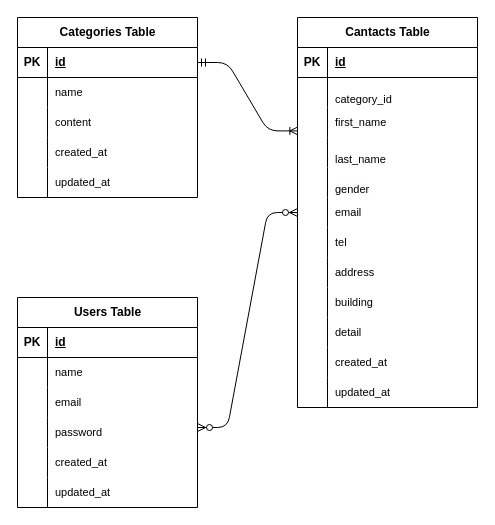
The draw.io diagram test.dio in tanakami315/TEST-contact-form-, before the edit. Source tidied: cells renumbered, new cells numbered last; positions are measured from the earlier drawing's top-left corner, leaving out a move shared by most shapes. Both pictures are drawn from the tidied source at 100%, with x=0, y=0 at pixel (17, 17).
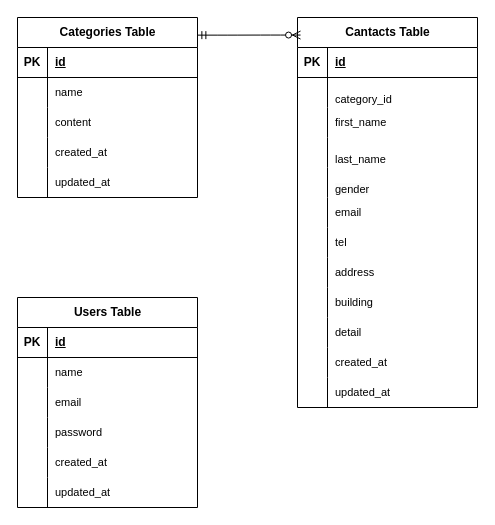
The same diagram, later.

Unchanged cells that the change refers to:
```xml
<mxCell id="2" value="Cantacts Table" style="shape=table;startSize=30;childLayout=tableLayout;rowLines=0;fontStyle=1;align=center;html=1;" parent="1" vertex="1">
  <mxGeometry x="280" width="180" height="390" as="geometry" />
</mxCell>
<mxCell id="9" style="shape=tableRow;horizontal=0;startSize=0;swimlaneHead=0;swimlaneBody=0;fillColor=none;points=[[0,0.5],[1,0.5]];portConstraint=eastwest;top=0;left=0;right=0;bottom=0;" parent="2" vertex="1">
  <mxGeometry y="90" width="180" height="30" as="geometry" />
</mxCell>
<mxCell id="18" style="shape=tableRow;horizontal=0;startSize=0;swimlaneHead=0;swimlaneBody=0;fillColor=none;points=[[0,0.5],[1,0.5]];portConstraint=eastwest;top=0;left=0;right=0;bottom=0;" parent="2" vertex="1">
  <mxGeometry y="180" width="180" height="30" as="geometry" />
</mxCell>
<mxCell id="58" value="Categories Table" style="shape=table;startSize=30;childLayout=tableLayout;rowLines=0;fontStyle=1;align=center;html=1;" parent="1" vertex="1">
  <mxGeometry width="180" height="180" as="geometry" />
</mxCell>
<mxCell id="59" style="shape=tableRow;horizontal=0;startSize=0;swimlaneHead=0;swimlaneBody=0;fillColor=none;points=[[0,0.5],[1,0.5]];portConstraint=eastwest;top=0;left=0;right=0;bottom=1;" parent="58" vertex="1">
  <mxGeometry y="30" width="180" height="30" as="geometry" />
</mxCell>
```

Diff of the diagram source:
```diff
@@
-    <mxCell id="74" style="edgeStyle=entityRelationEdgeStyle;fontSize=12;html=1;endArrow=ERoneToMany;startArrow=ERmandOne;exitX=1;exitY=0.5;exitDx=0;exitDy=0;entryX=0.002;entryY=0.78;entryDx=0;entryDy=0;entryPerimeter=0;" parent="1" edge="1" source="59" target="9">
-      <mxGeometry relative="1" as="geometry" />
-    </mxCell>
-    <mxCell id="75" style="edgeStyle=entityRelationEdgeStyle;fontSize=12;html=1;endArrow=ERzeroToMany;endFill=1;startArrow=ERzeroToMany;entryX=0;entryY=0.5;entryDx=0;entryDy=0;" parent="1" edge="1" target="18">
-      <mxGeometry relative="1" as="geometry">
-        <mxPoint x="180" y="410" as="sourcePoint" />
-      </mxGeometry>
+    <mxCell id="75" style="edgeStyle=entityRelationEdgeStyle;fontSize=12;html=1;endArrow=ERzeroToMany;startArrow=ERmandOne;entryX=0.017;entryY=0.045;entryDx=0;entryDy=0;entryPerimeter=0;exitX=1.002;exitY=0.098;exitDx=0;exitDy=0;exitPerimeter=0;" parent="1" edge="1" source="58" target="2">
+      <mxGeometry relative="1" as="geometry" />
     </mxCell>
```
